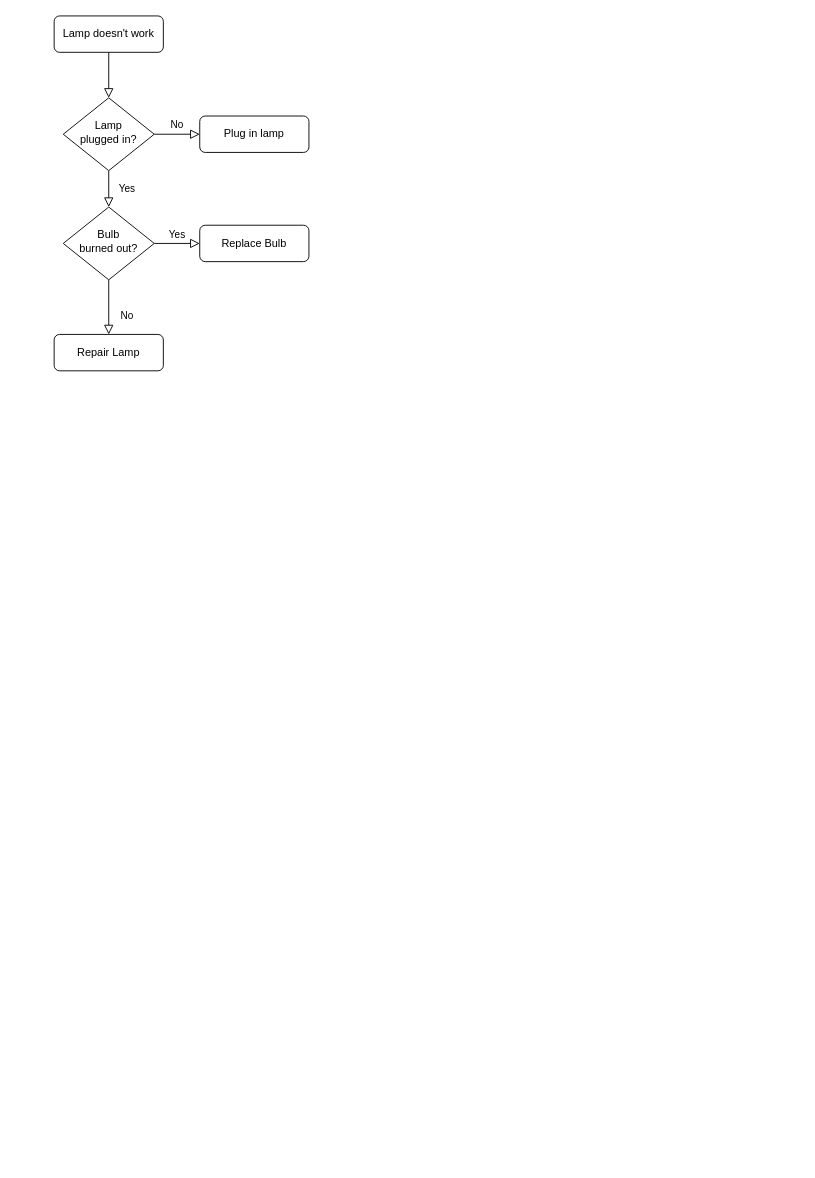
Before: Untitled Diagram.drawio in hendrayuda1710/algo_A_23241022, a draw.io diagram. Source tidied: cells renumbered, new cells numbered last; positions are measured from the earlier drawing's top-left corner, leaving out a move shared by most shapes. Both pictures are drawn from the tidied source at 91%, with x=0, y=0 at pixel (54, 15).
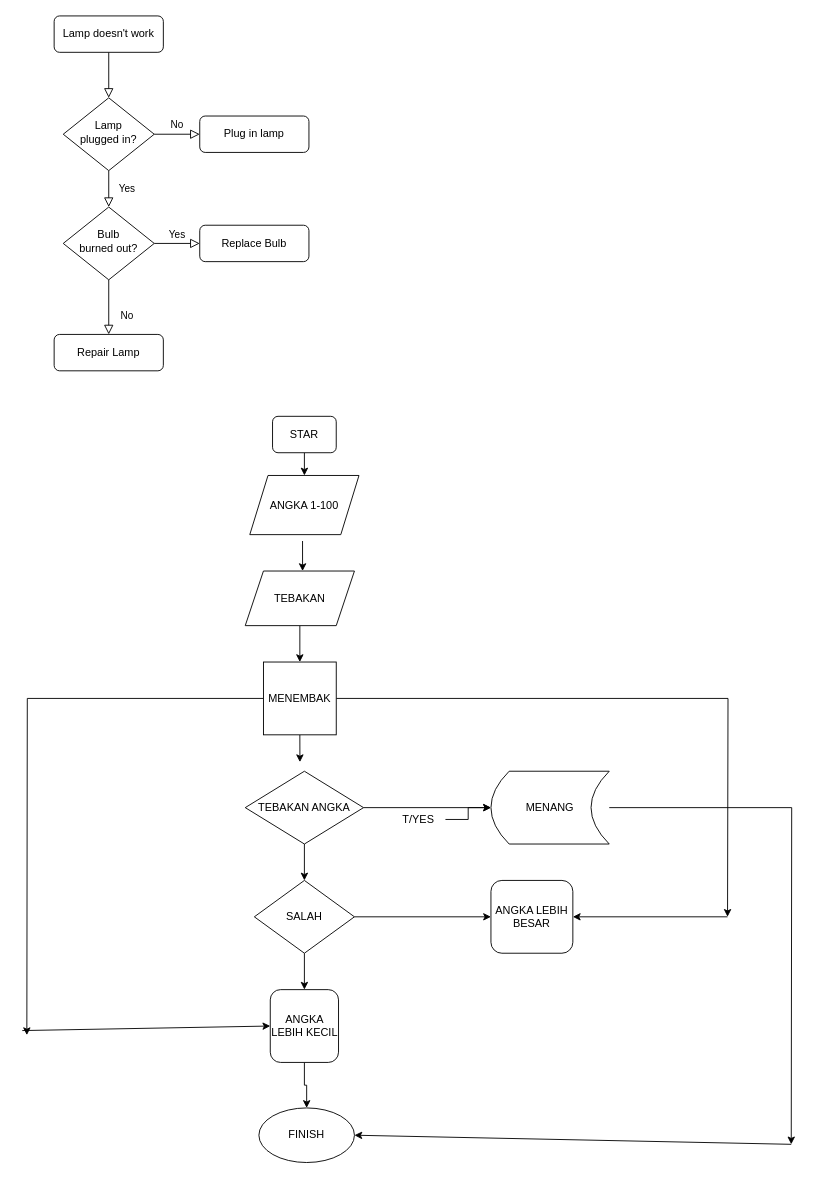
The same diagram, later.

The edit, as a diff of the source:
```diff
@@
+    <mxCell id="13" value="ANGKA 1-100" style="shape=parallelogram;perimeter=parallelogramPerimeter;whiteSpace=wrap;html=1;fixedSize=1;" parent="1" vertex="1">
+      <mxGeometry x="215" y="505" width="120" height="65" as="geometry" />
+    </mxCell>
+    <mxCell id="14" style="edgeStyle=orthogonalEdgeStyle;rounded=0;jettySize=auto;html=1;exitX=0.5;exitY=1;exitDx=0;exitDy=0;entryX=0.5;entryY=0;entryDx=0;entryDy=0;" parent="1" edge="1" source="15" target="13">
+      <mxGeometry relative="1" as="geometry" />
+    </mxCell>
+    <mxCell id="15" value="STAR" style="rounded=1;whiteSpace=wrap;html=1;" parent="1" vertex="1">
+      <mxGeometry x="240" y="440" width="70" height="40" as="geometry" />
+    </mxCell>
+    <mxCell id="16" style="edgeStyle=orthogonalEdgeStyle;rounded=0;jettySize=auto;html=1;exitX=0.5;exitY=1;exitDx=0;exitDy=0;entryX=0.5;entryY=0;entryDx=0;entryDy=0;" parent="1" edge="1" source="17" target="21">
+      <mxGeometry relative="1" as="geometry" />
+    </mxCell>
+    <mxCell id="17" value="TEBAKAN" style="shape=parallelogram;perimeter=parallelogramPerimeter;whiteSpace=wrap;html=1;fixedSize=1;" parent="1" vertex="1">
+      <mxGeometry x="210" y="610" width="120" height="60" as="geometry" />
+    </mxCell>
+    <mxCell id="18" style="edgeStyle=orthogonalEdgeStyle;rounded=0;jettySize=auto;html=1;exitX=0;exitY=0.5;exitDx=0;exitDy=0;exitPerimeter=0;" parent="1" edge="1" source="21">
+      <mxGeometry relative="1" as="geometry">
+        <mxPoint x="-30" y="1120" as="targetPoint" />
+      </mxGeometry>
+    </mxCell>
+    <mxCell id="19" style="edgeStyle=orthogonalEdgeStyle;rounded=0;jettySize=auto;html=1;exitX=1;exitY=0.5;exitDx=0;exitDy=0;" parent="1" edge="1" source="21">
+      <mxGeometry relative="1" as="geometry">
+        <mxPoint x="740" y="990" as="targetPoint" />
+      </mxGeometry>
+    </mxCell>
+    <mxCell id="20" style="edgeStyle=orthogonalEdgeStyle;rounded=0;jettySize=auto;html=1;exitX=0.5;exitY=1;exitDx=0;exitDy=0;" parent="1" edge="1" source="21">
+      <mxGeometry relative="1" as="geometry">
+        <mxPoint x="270.1" y="820" as="targetPoint" />
+      </mxGeometry>
+    </mxCell>
+    <mxCell id="21" value="MENEMBAK" style="whiteSpace=wrap;html=1;" parent="1" vertex="1">
+      <mxGeometry x="230" y="710" width="80" height="80" as="geometry" />
+    </mxCell>
+    <mxCell id="22" style="edgeStyle=orthogonalEdgeStyle;rounded=0;jettySize=auto;html=1;exitX=1;exitY=0.5;exitDx=0;exitDy=0;" parent="1" edge="1" source="24" target="33">
+      <mxGeometry relative="1" as="geometry" />
+    </mxCell>
+    <mxCell id="23" style="edgeStyle=orthogonalEdgeStyle;rounded=0;jettySize=auto;html=1;exitX=0.5;exitY=1;exitDx=0;exitDy=0;entryX=0.5;entryY=0;entryDx=0;entryDy=0;" parent="1" edge="1" source="24" target="27">
+      <mxGeometry relative="1" as="geometry" />
+    </mxCell>
+    <mxCell id="24" value="TEBAKAN ANGKA" style="rhombus;whiteSpace=wrap;html=1;" parent="1" vertex="1">
+      <mxGeometry x="210" y="830" width="130" height="80" as="geometry" />
+    </mxCell>
+    <mxCell id="25" style="edgeStyle=orthogonalEdgeStyle;rounded=0;jettySize=auto;html=1;exitX=1;exitY=0.5;exitDx=0;exitDy=0;entryX=0;entryY=0.5;entryDx=0;entryDy=0;" parent="1" edge="1" source="27" target="34">
+      <mxGeometry relative="1" as="geometry" />
+    </mxCell>
+    <mxCell id="26" style="edgeStyle=orthogonalEdgeStyle;rounded=0;jettySize=auto;html=1;exitX=0.5;exitY=1;exitDx=0;exitDy=0;entryX=0.5;entryY=0;entryDx=0;entryDy=0;" parent="1" edge="1" source="27" target="29">
+      <mxGeometry relative="1" as="geometry" />
+    </mxCell>
+    <mxCell id="27" value="SALAH" style="rhombus;whiteSpace=wrap;html=1;" parent="1" vertex="1">
+      <mxGeometry x="220" y="950" width="110" height="80" as="geometry" />
+    </mxCell>
+    <mxCell id="28" style="edgeStyle=orthogonalEdgeStyle;rounded=0;jettySize=auto;html=1;exitX=0.5;exitY=1;exitDx=0;exitDy=0;entryX=0.5;entryY=0;entryDx=0;entryDy=0;" parent="1" edge="1" source="29" target="30">
+      <mxGeometry relative="1" as="geometry" />
+    </mxCell>
+    <mxCell id="29" value="&lt;div&gt;ANGKA&lt;/div&gt;&lt;div&gt;LEBIH KECIL&lt;br&gt;&lt;/div&gt;" style="rounded=1;whiteSpace=wrap;html=1;" parent="1" vertex="1">
+      <mxGeometry x="237.5" y="1070" width="75" height="80" as="geometry" />
+    </mxCell>
+    <mxCell id="30" value="FINISH" style="ellipse;whiteSpace=wrap;html=1;" parent="1" vertex="1">
+      <mxGeometry x="225" y="1200" width="105" height="60" as="geometry" />
+    </mxCell>
+    <mxCell id="31" style="endArrow=classic;html=1;rounded=0;exitX=0.483;exitY=1.108;exitDx=0;exitDy=0;exitPerimeter=0;" parent="1" edge="1" source="13">
+      <mxGeometry relative="1" as="geometry">
+        <mxPoint x="273" y="610" as="targetPoint" />
+      </mxGeometry>
+    </mxCell>
+    <mxCell id="32" style="edgeStyle=orthogonalEdgeStyle;rounded=0;jettySize=auto;html=1;" parent="1" edge="1" source="33">
+      <mxGeometry relative="1" as="geometry">
+        <mxPoint x="810" y="1240" as="targetPoint" />
+      </mxGeometry>
+    </mxCell>
+    <mxCell id="33" value="MENANG" style="shape=dataStorage;whiteSpace=wrap;html=1;fixedSize=1;" parent="1" vertex="1">
+      <mxGeometry x="480" y="830" width="130" height="80" as="geometry" />
+    </mxCell>
+    <mxCell id="34" value="&lt;div&gt;ANGKA LEBIH&lt;/div&gt;&lt;div&gt;BESAR &lt;br&gt;&lt;/div&gt;" style="rounded=1;whiteSpace=wrap;html=1;" parent="1" vertex="1">
+      <mxGeometry x="480" y="950" width="90" height="80" as="geometry" />
+    </mxCell>
+    <mxCell id="35" style="edgeStyle=orthogonalEdgeStyle;rounded=0;jettySize=auto;html=1;" parent="1" edge="1" source="36" target="33">
+      <mxGeometry relative="1" as="geometry" />
+    </mxCell>
+    <mxCell id="36" value="T/YES" style="text;html=1;align=center;verticalAlign=middle;points=[];strokeColor=none;fillColor=none;" parent="1" vertex="1">
+      <mxGeometry x="370" y="868" width="60" height="30" as="geometry" />
+    </mxCell>
+    <mxCell id="37" style="endArrow=classic;html=1;rounded=0;entryX=1;entryY=0.5;entryDx=0;entryDy=0;" parent="1" edge="1" target="34">
+      <mxGeometry relative="1" as="geometry">
+        <mxPoint x="740" y="990" as="sourcePoint" />
+      </mxGeometry>
+    </mxCell>
+    <mxCell id="38" style="endArrow=classic;html=1;rounded=0;entryX=1;entryY=0.5;entryDx=0;entryDy=0;" parent="1" edge="1" target="30">
+      <mxGeometry relative="1" as="geometry">
+        <mxPoint x="810" y="1240" as="sourcePoint" />
+      </mxGeometry>
+    </mxCell>
+    <mxCell id="39" style="endArrow=classic;html=1;rounded=0;entryX=0;entryY=0.5;entryDx=0;entryDy=0;" parent="1" edge="1" target="29">
+      <mxGeometry relative="1" as="geometry">
+        <mxPoint x="-35" y="1115" as="sourcePoint" />
+      </mxGeometry>
+    </mxCell>
```
